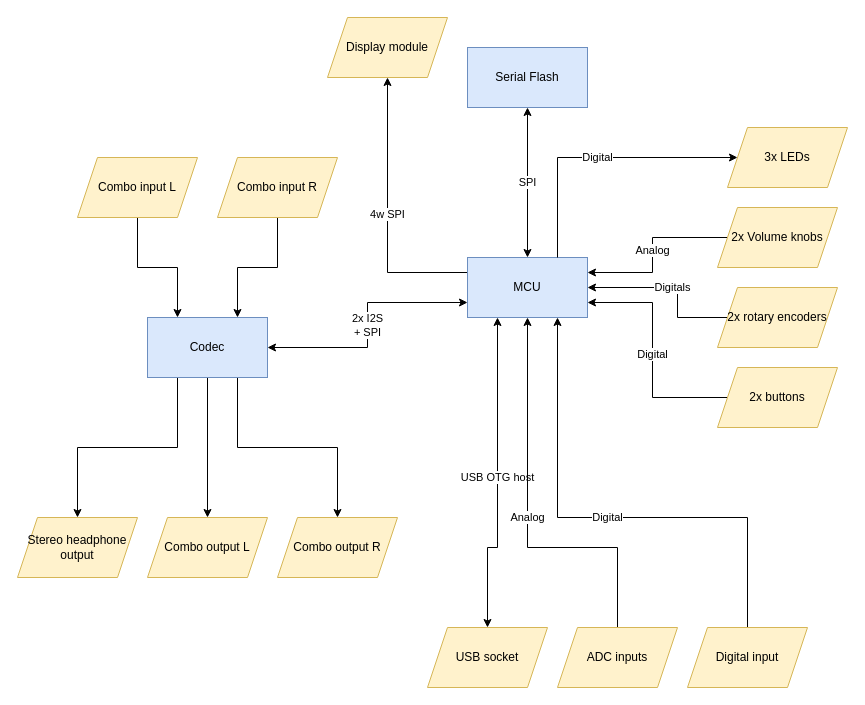
Before: system.drawio in giacomo-ascari/busy-toad, a draw.io diagram. Source tidied: cells renumbered, new cells numbered last; positions are measured from the earlier drawing's top-left corner, leaving out a move shared by most shapes. Both pictures are drawn from the tidied source at 100%, with x=0, y=0 at pixel (17, 17).
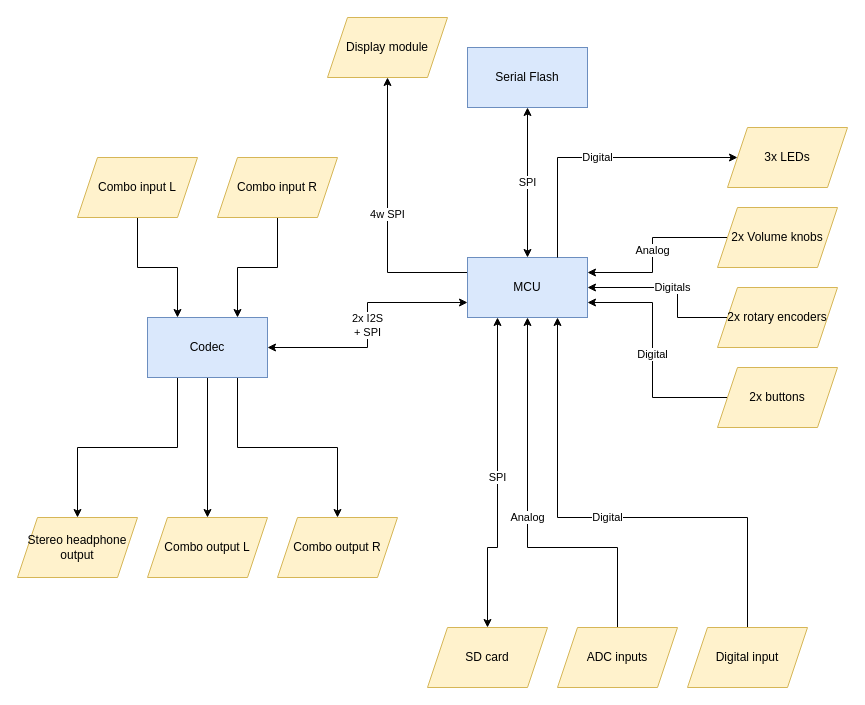
The same page after the edit.

The change refers to these unchanged cells:
```xml
<mxCell id="10" value="MCU" style="rounded=0;whiteSpace=wrap;html=1;fillColor=#dae8fc;strokeColor=#6c8ebf;" parent="1" vertex="1">
  <mxGeometry x="450" y="240" width="120" height="60" as="geometry" />
</mxCell>
```

Diff of the diagram source:
```diff
@@
-    <mxCell id="8" value="USB OTG host" style="edgeStyle=orthogonalEdgeStyle;rounded=0;jettySize=auto;html=1;exitX=0.25;exitY=1;exitDx=0;exitDy=0;entryX=0.5;entryY=0;entryDx=0;entryDy=0;startArrow=classic;startFill=1;" parent="1" edge="1" source="10" target="19">
+    <mxCell id="8" value="SPI" style="edgeStyle=orthogonalEdgeStyle;rounded=0;jettySize=auto;html=1;exitX=0.25;exitY=1;exitDx=0;exitDy=0;entryX=0.5;entryY=0;entryDx=0;entryDy=0;startArrow=classic;startFill=1;" parent="1" edge="1" source="10" target="19">
       <mxGeometry relative="1" as="geometry">
         <Array as="points">
           <mxPoint x="480" y="530" />
           <mxPoint x="470" y="530" />
         </Array>
       </mxGeometry>
     </mxCell>
@@
-    <mxCell id="19" value="USB socket" style="shape=parallelogram;perimeter=parallelogramPerimeter;whiteSpace=wrap;html=1;fixedSize=1;fillColor=#fff2cc;strokeColor=#d6b656;" parent="1" vertex="1">
+    <mxCell id="19" value="SD card" style="shape=parallelogram;perimeter=parallelogramPerimeter;whiteSpace=wrap;html=1;fixedSize=1;fillColor=#fff2cc;strokeColor=#d6b656;" parent="1" vertex="1">
       <mxGeometry x="410" y="610" width="120" height="60" as="geometry" />
     </mxCell>
```
